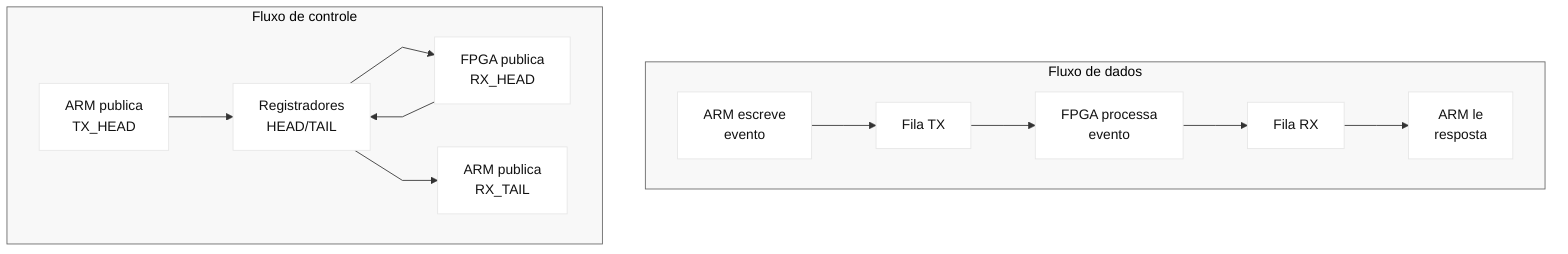
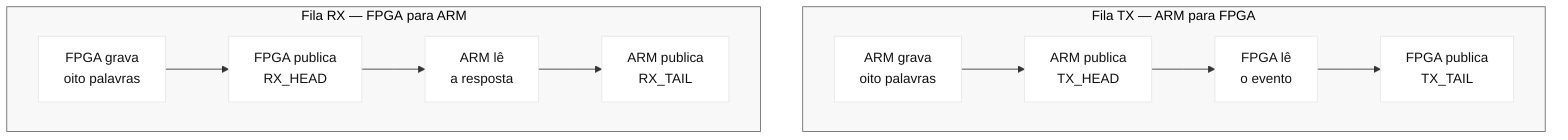
%%{init: {"theme": "base", "flowchart": {"htmlLabels": false, "curve": "linear"}, "themeVariables": {"fontFamily": "Arial", "primaryColor": "#ffffff", "primaryTextColor": "#111111", "lineColor": "#333333", "clusterBkg": "#f8f8f8", "clusterBorder": "#666666"}}}%%
flowchart TB
-     subgraph DATA["Fluxo de dados"]
+     subgraph TXFLOW["Fila TX — ARM para FPGA"]
        direction LR
-         A1["ARM escreve<br/>evento"]
-         TX["Fila TX"]
-         F2["FPGA processa<br/>evento"]
-         RX["Fila RX"]
-         A3["ARM le<br/>resposta"]
-         A1 --> TX --> F2 --> RX --> A3
+         A1["ARM grava<br/>oito palavras"]
+         A2["ARM publica<br/>TX_HEAD"]
+         F1["FPGA lê<br/>o evento"]
+         F2["FPGA publica<br/>TX_TAIL"]
+         A1 --> A2 --> F1 --> F2
    end

-     subgraph CTRL["Fluxo de controle"]
+     subgraph RXFLOW["Fila RX — FPGA para ARM"]
        direction LR
-         A2["ARM publica<br/>TX_HEAD"]
-         REG["Registradores<br/>HEAD/TAIL"]
+         F3["FPGA grava<br/>oito palavras"]
        F4["FPGA publica<br/>RX_HEAD"]
+         A3["ARM lê<br/>a resposta"]
        A4["ARM publica<br/>RX_TAIL"]
-         A2 --> REG --> F4
-         F4 --> REG --> A4
+         F3 --> F4 --> A3 --> A4
    end
